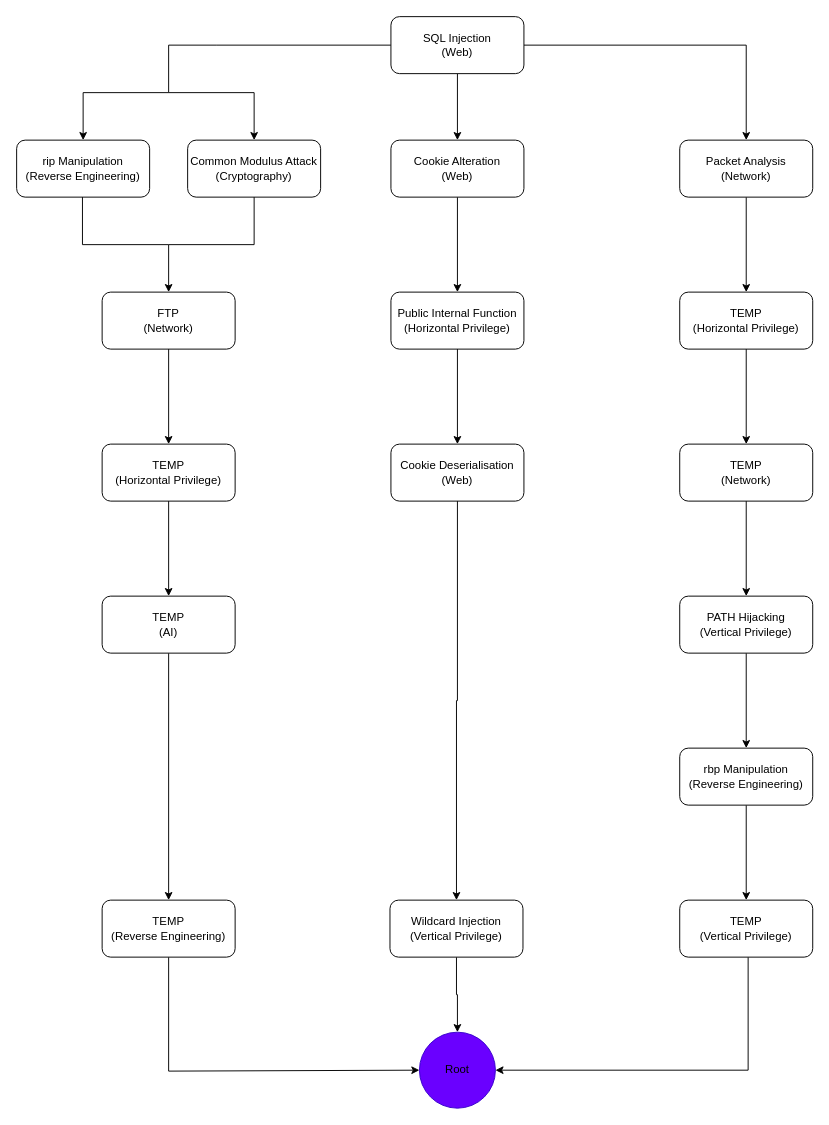
Earlier version of the draw.io diagram ExploitMap.drawio (saacutter/rta-ctf). Source tidied: cells renumbered, new cells numbered last; positions are measured from the earlier drawing's top-left corner, leaving out a move shared by most shapes. Both pictures are drawn from the tidied source at 95%, with x=0, y=0 at pixel (16, 16).
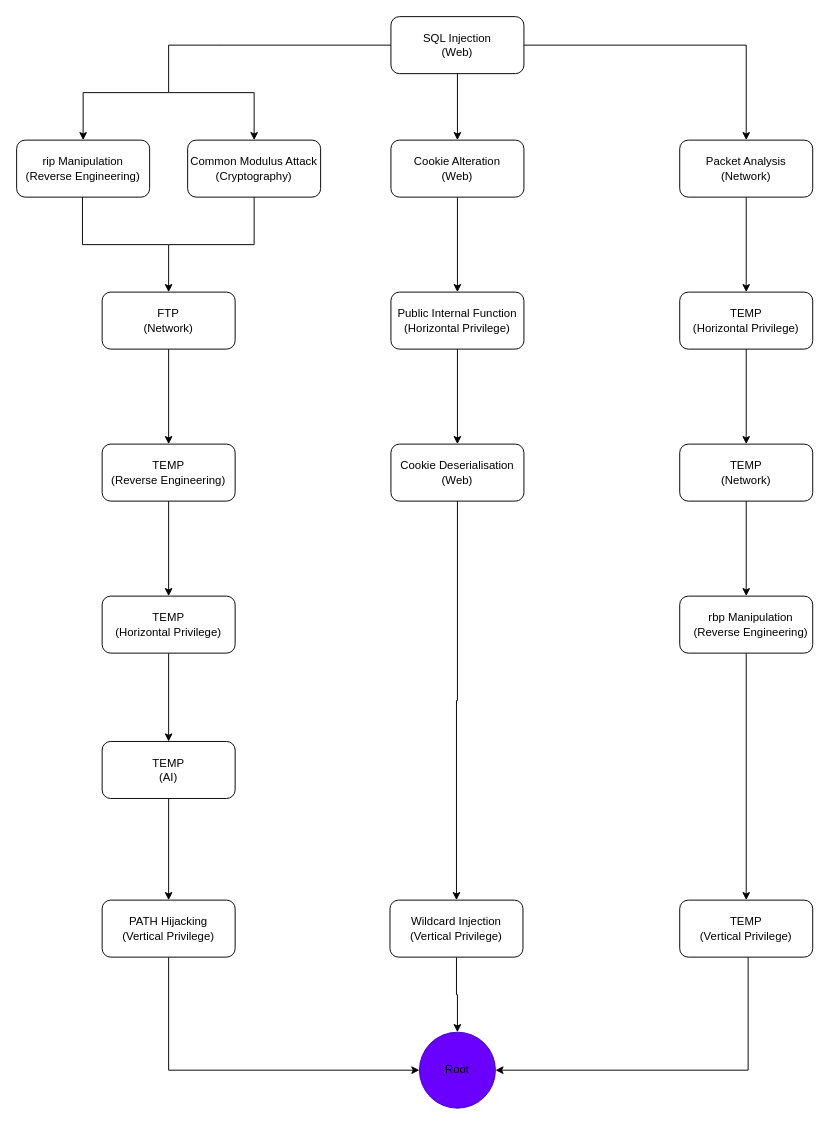
The same diagram, later.

Commit message (it also covers changes not shown here):
Updated exploit map (had some errors before)

The change refers to these unchanged cells:
```xml
<mxCell id="24" style="rounded=1;whiteSpace=wrap;html=1;" parent="1" vertex="1">
  <mxGeometry x="698" y="450" width="140" height="60" as="geometry" />
</mxCell>
<mxCell id="25" style="rounded=1;whiteSpace=wrap;html=1;" parent="1" vertex="1">
  <mxGeometry x="90" y="290" width="140" height="60" as="geometry" />
</mxCell>
<mxCell id="40" style="ellipse;whiteSpace=wrap;html=1;shapeInside=1;fillColor=light-dark(#6A00FF,#B266FF);fontColor=#ffffff;strokeColor=#3700CC;" parent="1" vertex="1">
  <mxGeometry x="424" y="1069" width="80" height="80" as="geometry" />
</mxCell>
```

The edit, as a diff of the source:
```diff
@@
-    <mxCell id="18" style="edgeStyle=orthogonalEdgeStyle;rounded=0;jettySize=auto;html=1;entryX=0.5;entryY=0;entryDx=0;entryDy=0;" parent="1" edge="1" source="19" target="27">
-      <mxGeometry relative="1" as="geometry" />
-    </mxCell>
+    <mxCell id="60" style="edgeStyle=orthogonalEdgeStyle;rounded=0;jettySize=auto;html=1;entryX=0;entryY=0.5;entryDx=0;entryDy=0;" parent="1" edge="1" source="19" target="40">
+      <mxGeometry relative="1" as="geometry">
+        <Array as="points">
+          <mxPoint x="160.1" y="1109.1" />
+        </Array>
+      </mxGeometry>
+    </mxCell>
     <mxCell id="19" style="rounded=1;whiteSpace=wrap;html=1;" parent="1" vertex="1">
-      <mxGeometry x="698" y="610" width="140" height="60" as="geometry" />
+      <mxGeometry x="90" y="930" width="140" height="60" as="geometry" />
     </mxCell>
@@
-    <mxCell id="23" style="edgeStyle=orthogonalEdgeStyle;rounded=0;jettySize=auto;html=1;entryX=0.5;entryY=0;entryDx=0;entryDy=0;" parent="1" edge="1" source="24" target="19">
-      <mxGeometry relative="1" as="geometry" />
-    </mxCell>
+    <mxCell id="61" style="edgeStyle=orthogonalEdgeStyle;rounded=0;jettySize=auto;html=1;entryX=0.5;entryY=0;entryDx=0;entryDy=0;" parent="1" edge="1" source="24" target="27">
+      <mxGeometry relative="1" as="geometry" />
+    </mxCell>
@@
     <mxCell id="27" style="rounded=1;whiteSpace=wrap;html=1;" parent="1" vertex="1">
-      <mxGeometry x="698" y="770" width="140" height="60" as="geometry" />
+      <mxGeometry x="698" y="610" width="140" height="60" as="geometry" />
     </mxCell>
@@
     <mxCell id="35" style="rounded=1;whiteSpace=wrap;html=1;" parent="1" vertex="1">
-      <mxGeometry x="90" y="450" width="140" height="60" as="geometry" />
+      <mxGeometry x="90" y="610" width="140" height="60" as="geometry" />
     </mxCell>
-    <mxCell id="36" style="edgeStyle=orthogonalEdgeStyle;rounded=0;jettySize=auto;html=1;" parent="1" edge="1" source="37" target="39">
-      <mxGeometry relative="1" as="geometry" />
-    </mxCell>
+    <mxCell id="62" style="edgeStyle=orthogonalEdgeStyle;rounded=0;jettySize=auto;html=1;entryX=0.5;entryY=0;entryDx=0;entryDy=0;" parent="1" edge="1" source="37" target="19">
+      <mxGeometry relative="1" as="geometry" />
+    </mxCell>
     <mxCell id="37" style="rounded=1;whiteSpace=wrap;html=1;" parent="1" vertex="1">
-      <mxGeometry x="90" y="610" width="140" height="60" as="geometry" />
+      <mxGeometry x="90" y="763" width="140" height="60" as="geometry" />
     </mxCell>
-    <mxCell id="38" style="edgeStyle=orthogonalEdgeStyle;rounded=0;jettySize=auto;html=1;entryX=0;entryY=0.5;entryDx=0;entryDy=0;" parent="1" edge="1" source="39" target="40">
-      <mxGeometry relative="1" as="geometry">
-        <Array as="points">
-          <mxPoint x="160" y="1110" />
-          <mxPoint x="424" y="1110" />
-        </Array>
-      </mxGeometry>
-    </mxCell>
+    <mxCell id="63" style="edgeStyle=orthogonalEdgeStyle;rounded=0;jettySize=auto;html=1;entryX=0.5;entryY=0;entryDx=0;entryDy=0;" parent="1" edge="1" source="39" target="35">
+      <mxGeometry relative="1" as="geometry" />
+    </mxCell>
     <mxCell id="39" style="rounded=1;whiteSpace=wrap;html=1;" parent="1" vertex="1">
-      <mxGeometry x="90" y="930" width="140" height="60" as="geometry" />
+      <mxGeometry x="90" y="450" width="140" height="60" as="geometry" />
     </mxCell>
@@
     <mxCell id="45" value="PATH Hijacking&lt;br&gt;(Vertical Privilege)" style="text;html=1;whiteSpace=wrap;strokeColor=none;fillColor=none;align=center;verticalAlign=middle;rounded=0;" parent="1" vertex="1">
-      <mxGeometry x="698" y="625" width="140" height="30" as="geometry" />
+      <mxGeometry x="90" y="945" width="140" height="30" as="geometry" />
     </mxCell>
@@
     <mxCell id="47" value="rbp Manipulation (Reverse Engineering)" style="text;html=1;whiteSpace=wrap;strokeColor=none;fillColor=none;align=center;verticalAlign=middle;rounded=0;" parent="1" vertex="1">
-      <mxGeometry x="703" y="785" width="130" height="30" as="geometry" />
+      <mxGeometry x="708" y="625" width="130" height="30" as="geometry" />
     </mxCell>
@@
     <mxCell id="50" value="TEMP&lt;br&gt;(Reverse Engineering)" style="text;html=1;whiteSpace=wrap;strokeColor=none;fillColor=none;align=center;verticalAlign=middle;rounded=0;" parent="1" vertex="1">
-      <mxGeometry x="95" y="945" width="130" height="30" as="geometry" />
+      <mxGeometry x="95" y="465" width="130" height="30" as="geometry" />
     </mxCell>
     <mxCell id="51" value="TEMP&lt;br&gt;(AI)" style="text;html=1;whiteSpace=wrap;strokeColor=none;fillColor=none;align=center;verticalAlign=middle;rounded=0;" parent="1" vertex="1">
-      <mxGeometry x="105" y="625" width="110" height="30" as="geometry" />
+      <mxGeometry x="105" y="778" width="110" height="30" as="geometry" />
     </mxCell>
     <mxCell id="52" value="TEMP&lt;br&gt;(Horizontal Privilege)" style="text;html=1;whiteSpace=wrap;strokeColor=none;fillColor=none;align=center;verticalAlign=middle;rounded=0;" parent="1" vertex="1">
-      <mxGeometry x="100" y="465" width="120" height="30" as="geometry" />
+      <mxGeometry x="100" y="625" width="120" height="30" as="geometry" />
     </mxCell>
@@
-    <mxCell id="58" style="edgeStyle=orthogonalEdgeStyle;rounded=0;jettySize=auto;html=1;entryX=0.5;entryY=0;entryDx=0;entryDy=0;exitX=0.5;exitY=1;exitDx=0;exitDy=0;" parent="1" edge="1" source="25" target="35">
-      <mxGeometry relative="1" as="geometry" />
-    </mxCell>
+    <mxCell id="64" style="edgeStyle=orthogonalEdgeStyle;rounded=0;jettySize=auto;html=1;entryX=0.5;entryY=0;entryDx=0;entryDy=0;exitX=0.5;exitY=1;exitDx=0;exitDy=0;" parent="1" edge="1" source="25" target="39">
+      <mxGeometry relative="1" as="geometry" />
+    </mxCell>
```
